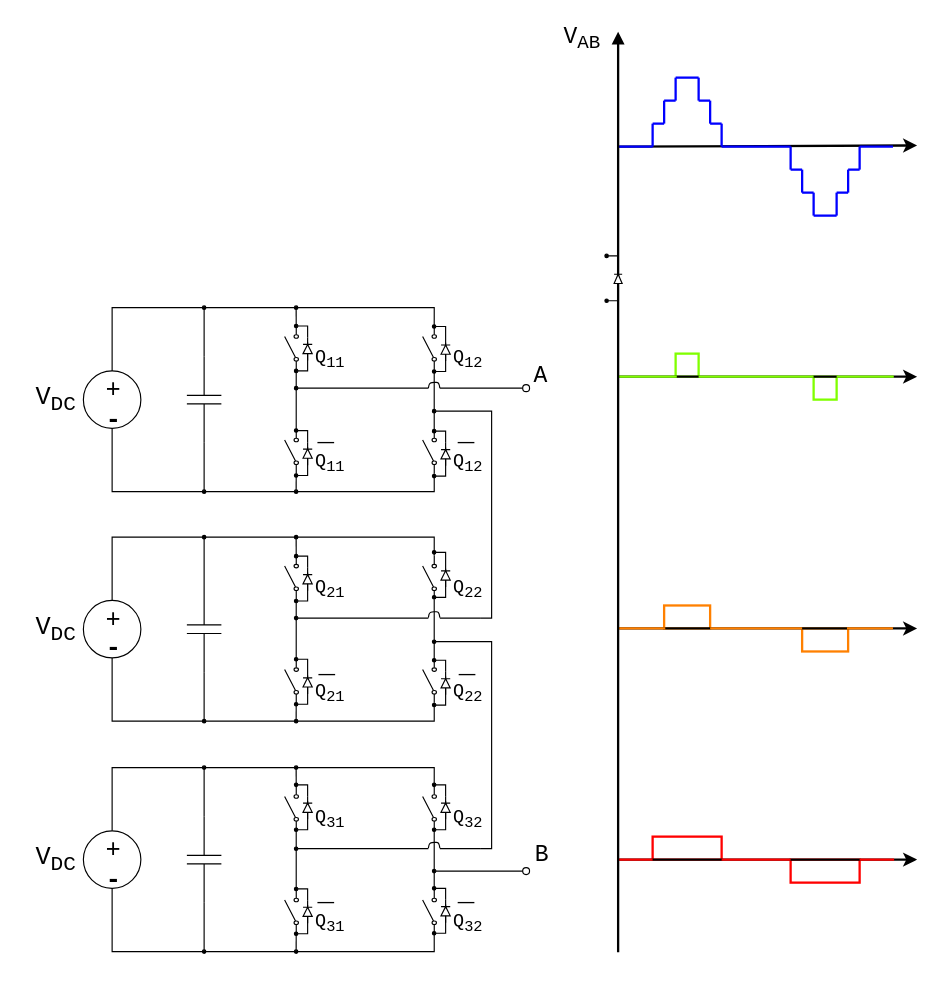
The draw.io diagram CHBMI_waveforms.drawio in thece36/drawio, before the edit. Source tidied: cells renumbered, new cells numbered last; positions are measured from the earlier drawing's top-left corner, leaving out a move shared by most shapes. Both pictures are drawn from the tidied source at 115%, with x=0, y=0 at pixel (20, 20).
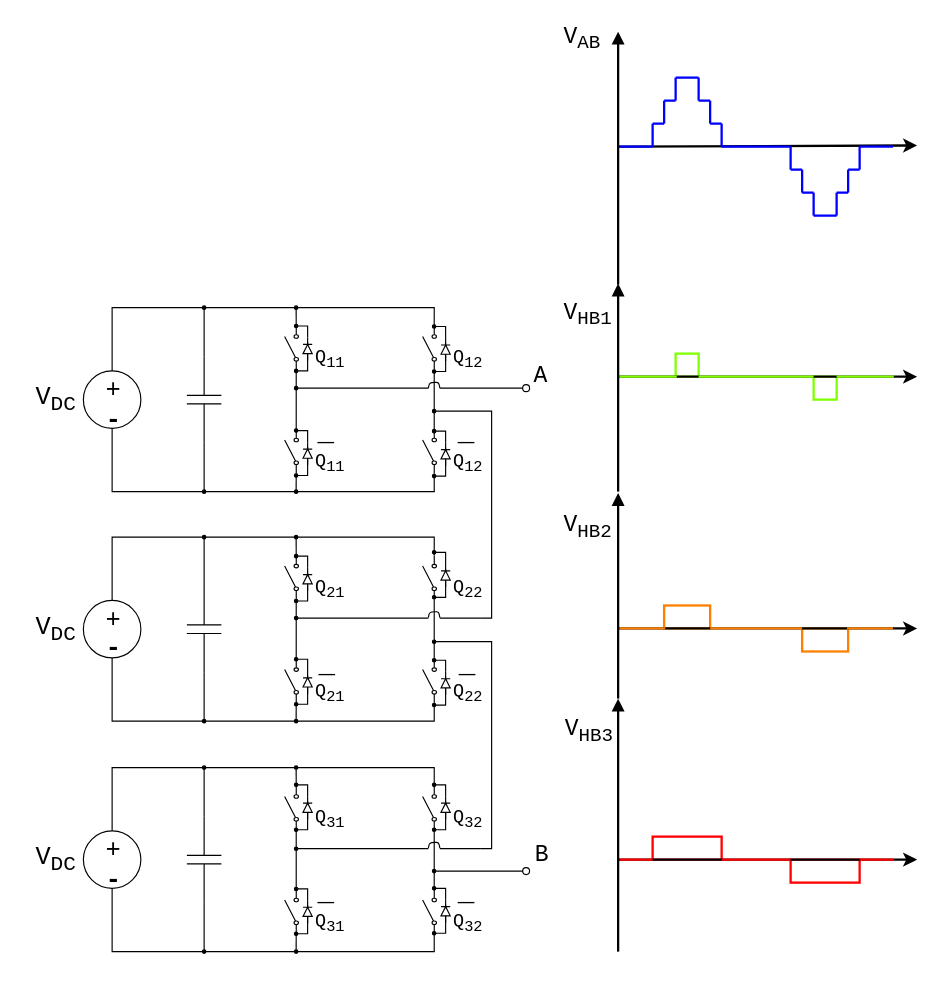
The same page after the edit.

What changed in the source:
```diff
@@
     <mxCell id="88" style="endArrow=block;html=1;fontFamily=Courier New;fontSize=20;endFill=1;strokeWidth=2;" parent="1" edge="1">
       <mxGeometry relative="1" as="geometry">
-        <mxPoint x="520" y="810.5" as="sourcePoint" />
+        <mxPoint x="520" y="230" as="sourcePoint" />
         <mxPoint x="520" y="10" as="targetPoint" />
       </mxGeometry>
     </mxCell>
@@
-    <mxCell id="137" style="edgeStyle=orthogonalEdgeStyle;rounded=0;jettySize=auto;html=1;exitX=1;exitY=0.5;exitDx=0;exitDy=0;exitPerimeter=0;startSize=5;endArrow=oval;endFill=1;endSize=3;" parent="1" edge="1" source="139">
-      <mxGeometry relative="1" as="geometry">
-        <mxPoint x="510" y="205" as="targetPoint" />
-        <Array as="points">
-          <mxPoint x="520" y="205" />
-        </Array>
-      </mxGeometry>
-    </mxCell>
-    <mxCell id="138" style="edgeStyle=orthogonalEdgeStyle;rounded=0;orthogonalLoop=1;jettySize=auto;html=1;exitX=0;exitY=0.5;exitDx=0;exitDy=0;exitPerimeter=0;startSize=5;endArrow=oval;endFill=1;endSize=3;" parent="1" edge="1">
-      <mxGeometry relative="1" as="geometry">
-        <mxPoint x="520" y="219" as="sourcePoint" />
-        <mxPoint x="510" y="244" as="targetPoint" />
-        <Array as="points">
-          <mxPoint x="520" y="244" />
-        </Array>
-      </mxGeometry>
-    </mxCell>
-    <mxCell id="139" style="fillColor=#000000;verticalLabelPosition=bottom;shadow=0;dashed=0;align=center;fillColor=#ffffff;html=1;verticalAlign=top;strokeWidth=1;shape=mxgraph.electrical.diodes.diode;direction=north;" parent="1" vertex="1">
-      <mxGeometry x="516.5" y="215" width="7" height="20" as="geometry" />
-    </mxCell>
@@
+    <mxCell id="173" style="endArrow=block;html=1;fontFamily=Courier New;fontSize=20;endFill=1;strokeWidth=2;" parent="1" edge="1">
+      <mxGeometry relative="1" as="geometry">
+        <mxPoint x="520" y="410" as="sourcePoint" />
+        <mxPoint x="520" y="229" as="targetPoint" />
+      </mxGeometry>
+    </mxCell>
+    <mxCell id="174" style="endArrow=block;html=1;fontFamily=Courier New;fontSize=20;endFill=1;strokeWidth=2;" parent="1" edge="1">
+      <mxGeometry relative="1" as="geometry">
+        <mxPoint x="520" y="590" as="sourcePoint" />
+        <mxPoint x="520" y="411.2" as="targetPoint" />
+      </mxGeometry>
+    </mxCell>
+    <mxCell id="175" style="endArrow=block;html=1;fontFamily=Courier New;fontSize=20;endFill=1;strokeWidth=2;" parent="1" edge="1">
+      <mxGeometry relative="1" as="geometry">
+        <mxPoint x="520" y="810" as="sourcePoint" />
+        <mxPoint x="520" y="590" as="targetPoint" />
+      </mxGeometry>
+    </mxCell>
+    <mxCell id="176" value="V&lt;sub&gt;ΗΒ1&lt;/sub&gt;" style="text;html=1;align=left;verticalAlign=top;spacingTop=-4;fontSize=20;fontFamily=Courier New;" parent="1" vertex="1">
+      <mxGeometry x="471" y="240" width="55" height="30" as="geometry" />
+    </mxCell>
+    <mxCell id="177" value="V&lt;sub&gt;ΗΒ2&lt;/sub&gt;" style="text;html=1;align=left;verticalAlign=top;spacingTop=-4;fontSize=20;fontFamily=Courier New;" parent="1" vertex="1">
+      <mxGeometry x="471" y="425" width="55" height="30" as="geometry" />
+    </mxCell>
+    <mxCell id="178" value="V&lt;sub&gt;ΗΒ3&lt;/sub&gt;" style="text;html=1;align=left;verticalAlign=top;spacingTop=-4;fontSize=20;fontFamily=Courier New;" parent="1" vertex="1">
+      <mxGeometry x="472" y="602" width="55" height="30" as="geometry" />
+    </mxCell>
```
